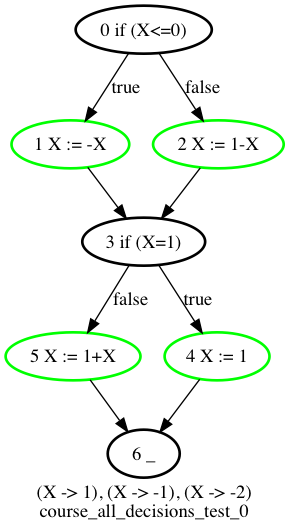
This is graphs/course_all_decisions_test_0.png from ghigi123/ivf, a Graphviz export, as it was before one commit. Its source is kept beside it as graphs/course_all_decisions_test_0.dot.
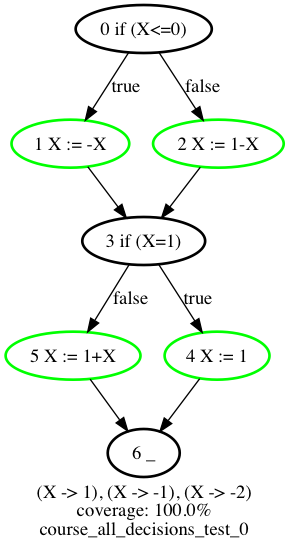
After the change.

What changed in the source:
```diff
@@ -1,5 +1,6 @@
 digraph course_all_decisions_test_0 {
 	label = "(X -> 1), (X -> -1), (X -> -2)
+coverage: 100.0%
 course_all_decisions_test_0"
 	"5 X := 1+X" [color = green, style = bold]
 	"1 X := -X" -> "3 if (X=1)"
```
